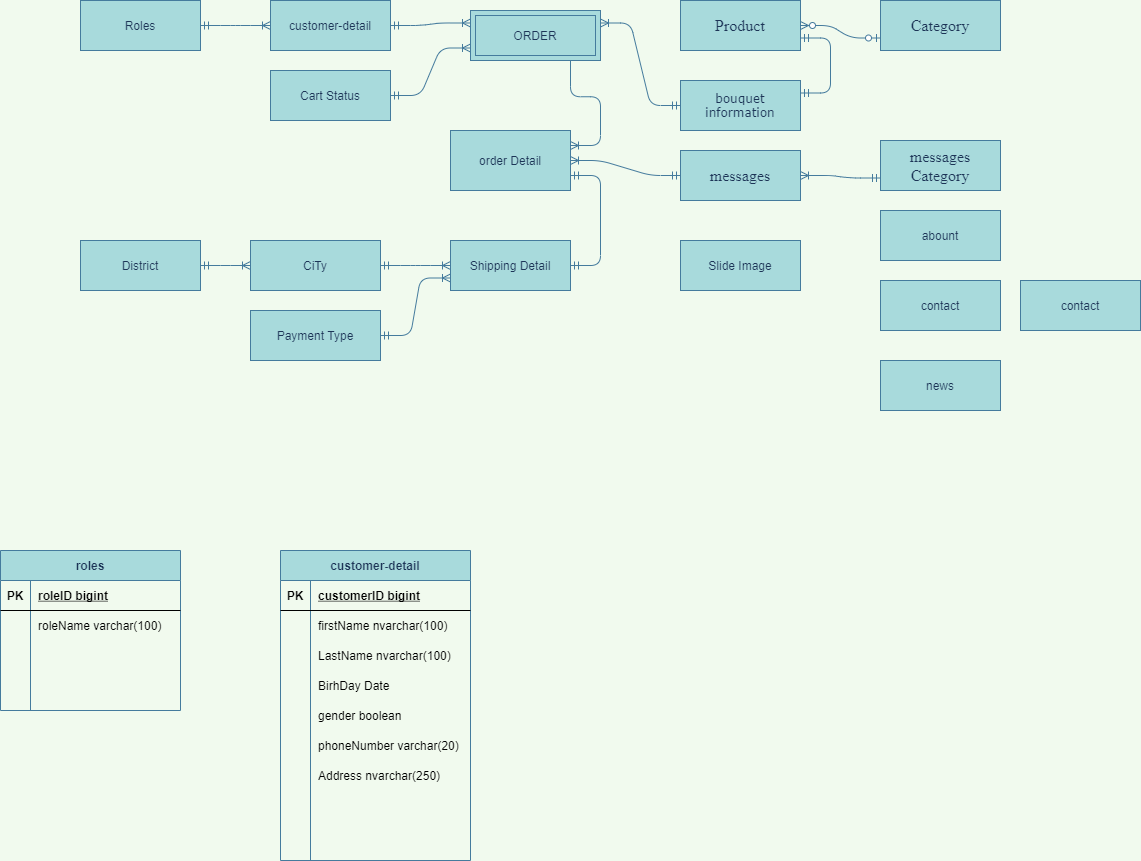
Above: Untitled Diagram.png in maialino123/Eproject-SEM3 (draw.io), before the change. Source tidied: cells renumbered, new cells last; positions are measured from the earlier drawing's top-left corner, leaving out a move shared by most shapes.
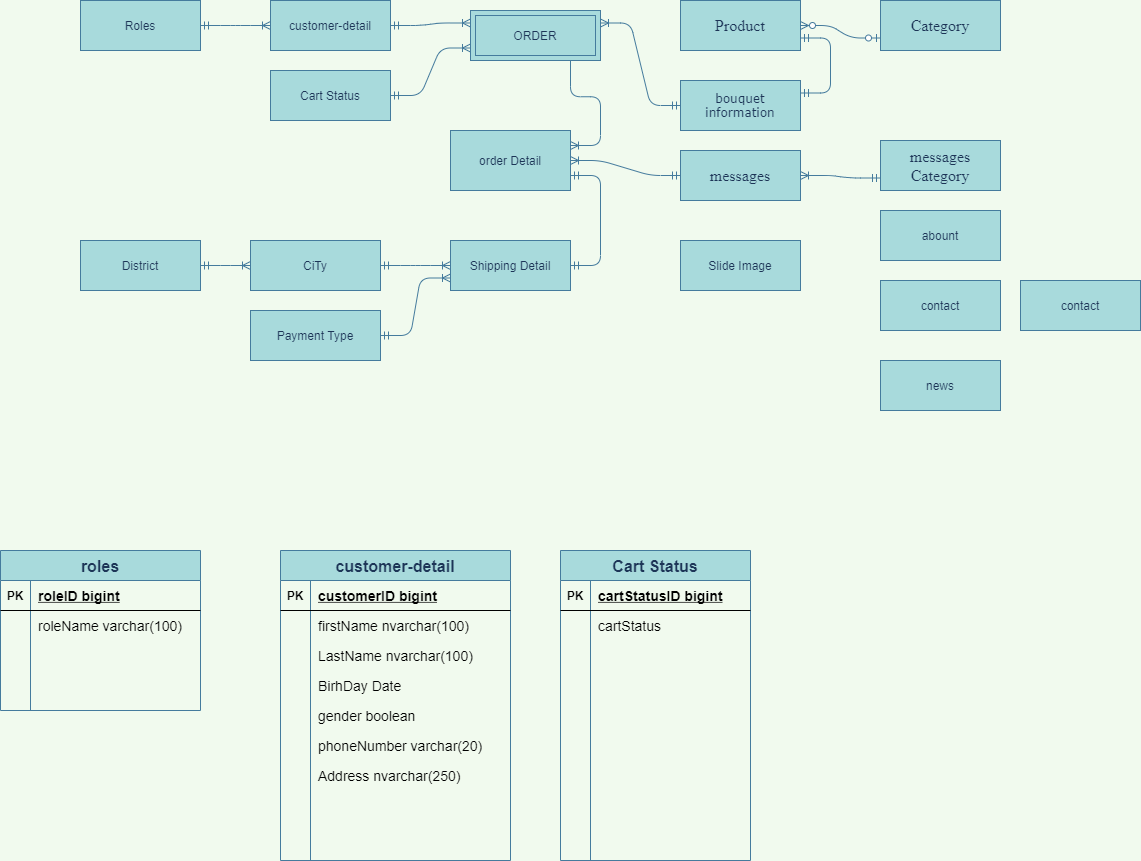
Later version of the same file.

Diff of the diagram source:
```diff
@@ -98,110 +98,176 @@
     <mxCell id="33" value="news" style="whiteSpace=wrap;html=1;align=center;rounded=0;sketch=0;fontColor=#1D3557;strokeColor=#457B9D;fillColor=#A8DADC;" parent="1" vertex="1">
       <mxGeometry x="880" y="360" width="120" height="50" as="geometry" />
     </mxCell>
-    <mxCell id="34" value="roles" style="shape=table;startSize=30;rowLines=0;fontStyle=1;align=center;rounded=0;sketch=0;fontColor=#1D3557;strokeColor=#457B9D;fillColor=#A8DADC;" parent="1" vertex="1">
-      <mxGeometry y="550" width="180" height="160" as="geometry" />
+    <mxCell id="34" value="roles" style="shape=table;startSize=30;rowLines=0;fontStyle=1;align=center;rounded=0;sketch=0;fontColor=#1D3557;strokeColor=#457B9D;fillColor=#A8DADC;fontSize=16;" parent="1" vertex="1">
+      <mxGeometry y="550" width="200" height="160" as="geometry" />
     </mxCell>
     <mxCell id="35" style="shape=partialRectangle;fillColor=none;top=0;left=0;bottom=1;right=0;" parent="34" vertex="1">
-      <mxGeometry y="30" width="180" height="30" as="geometry" />
+      <mxGeometry y="30" width="200" height="30" as="geometry" />
     </mxCell>
     <mxCell id="36" value="PK" style="shape=partialRectangle;fillColor=none;top=0;left=0;bottom=0;right=0;fontStyle=1;overflow=hidden;" parent="35" vertex="1">
       <mxGeometry width="30" height="30" as="geometry" />
     </mxCell>
-    <mxCell id="37" value="roleID bigint" style="shape=partialRectangle;fillColor=none;top=0;left=0;bottom=0;right=0;align=left;spacingLeft=6;fontStyle=5;overflow=hidden;" parent="35" vertex="1">
-      <mxGeometry x="30" width="150" height="30" as="geometry" />
+    <mxCell id="37" value="roleID bigint" style="shape=partialRectangle;fillColor=none;top=0;left=0;bottom=0;right=0;align=left;spacingLeft=6;fontStyle=5;overflow=hidden;fontSize=14;" parent="35" vertex="1">
+      <mxGeometry x="30" width="170" height="30" as="geometry" />
     </mxCell>
     <mxCell id="38" style="shape=partialRectangle;fillColor=none;top=0;left=0;bottom=0;right=0;" parent="34" vertex="1">
-      <mxGeometry y="60" width="180" height="30" as="geometry" />
+      <mxGeometry y="60" width="200" height="30" as="geometry" />
     </mxCell>
     <mxCell id="39" style="shape=partialRectangle;fillColor=none;top=0;left=0;bottom=0;right=0;overflow=hidden;" parent="38" vertex="1">
       <mxGeometry width="30" height="30" as="geometry" />
     </mxCell>
-    <mxCell id="40" value="roleName varchar(100)" style="shape=partialRectangle;fillColor=none;top=0;left=0;bottom=0;right=0;align=left;spacingLeft=6;overflow=hidden;" parent="38" vertex="1">
-      <mxGeometry x="30" width="150" height="30" as="geometry" />
+    <mxCell id="40" value="roleName varchar(100)" style="shape=partialRectangle;fillColor=none;top=0;left=0;bottom=0;right=0;align=left;spacingLeft=6;overflow=hidden;fontSize=14;" parent="38" vertex="1">
+      <mxGeometry x="30" width="170" height="30" as="geometry" />
     </mxCell>
     <mxCell id="41" style="shape=partialRectangle;fillColor=none;top=0;left=0;bottom=0;right=0;" parent="34" vertex="1">
-      <mxGeometry y="90" width="180" height="30" as="geometry" />
+      <mxGeometry y="90" width="200" height="30" as="geometry" />
     </mxCell>
     <mxCell id="42" style="shape=partialRectangle;fillColor=none;top=0;left=0;bottom=0;right=0;overflow=hidden;" parent="41" vertex="1">
       <mxGeometry width="30" height="30" as="geometry" />
     </mxCell>
     <mxCell id="43" style="shape=partialRectangle;fillColor=none;top=0;left=0;bottom=0;right=0;align=left;spacingLeft=6;overflow=hidden;" parent="41" vertex="1">
-      <mxGeometry x="30" width="150" height="30" as="geometry" />
+      <mxGeometry x="30" width="170" height="30" as="geometry" />
     </mxCell>
     <mxCell id="44" style="shape=partialRectangle;fillColor=none;top=0;left=0;bottom=0;right=0;" parent="34" vertex="1">
-      <mxGeometry y="120" width="180" height="30" as="geometry" />
+      <mxGeometry y="120" width="200" height="30" as="geometry" />
     </mxCell>
     <mxCell id="45" style="shape=partialRectangle;fillColor=none;top=0;left=0;bottom=0;right=0;overflow=hidden;" parent="44" vertex="1">
       <mxGeometry width="30" height="30" as="geometry" />
     </mxCell>
     <mxCell id="46" style="shape=partialRectangle;fillColor=none;top=0;left=0;bottom=0;right=0;align=left;spacingLeft=6;overflow=hidden;" parent="44" vertex="1">
-      <mxGeometry x="30" width="150" height="30" as="geometry" />
+      <mxGeometry x="30" width="170" height="30" as="geometry" />
     </mxCell>
-    <mxCell id="47" value="customer-detail" style="shape=table;startSize=30;rowLines=0;fontStyle=1;align=center;rounded=0;sketch=0;fontColor=#1D3557;strokeColor=#457B9D;fillColor=#A8DADC;" parent="1" vertex="1">
-      <mxGeometry x="280" y="550" width="190" height="310" as="geometry" />
+    <mxCell id="47" value="customer-detail" style="shape=table;startSize=30;rowLines=0;fontStyle=1;align=center;rounded=0;sketch=0;fontColor=#1D3557;strokeColor=#457B9D;fillColor=#A8DADC;fontSize=16;" parent="1" vertex="1">
+      <mxGeometry x="280" y="550" width="230" height="310" as="geometry" />
     </mxCell>
     <mxCell id="48" style="shape=partialRectangle;fillColor=none;top=0;left=0;bottom=1;right=0;" parent="47" vertex="1">
-      <mxGeometry y="30" width="190" height="30" as="geometry" />
+      <mxGeometry y="30" width="230" height="30" as="geometry" />
     </mxCell>
     <mxCell id="49" value="PK" style="shape=partialRectangle;fillColor=none;top=0;left=0;bottom=0;right=0;fontStyle=1;overflow=hidden;" parent="48" vertex="1">
       <mxGeometry width="30" height="30" as="geometry" />
     </mxCell>
-    <mxCell id="50" value="customerID bigint" style="shape=partialRectangle;fillColor=none;top=0;left=0;bottom=0;right=0;align=left;spacingLeft=6;fontStyle=5;overflow=hidden;" parent="48" vertex="1">
-      <mxGeometry x="30" width="160" height="30" as="geometry" />
+    <mxCell id="50" value="customerID bigint" style="shape=partialRectangle;fillColor=none;top=0;left=0;bottom=0;right=0;align=left;spacingLeft=6;fontStyle=5;overflow=hidden;fontSize=14;" parent="48" vertex="1">
+      <mxGeometry x="30" width="200" height="30" as="geometry" />
     </mxCell>
     <mxCell id="51" style="shape=partialRectangle;fillColor=none;top=0;left=0;bottom=0;right=0;" parent="47" vertex="1">
-      <mxGeometry y="60" width="190" height="30" as="geometry" />
+      <mxGeometry y="60" width="230" height="30" as="geometry" />
     </mxCell>
     <mxCell id="52" style="shape=partialRectangle;fillColor=none;top=0;left=0;bottom=0;right=0;overflow=hidden;" parent="51" vertex="1">
       <mxGeometry width="30" height="30" as="geometry" />
     </mxCell>
-    <mxCell id="53" value="firstName nvarchar(100)" style="shape=partialRectangle;fillColor=none;top=0;left=0;bottom=0;right=0;align=left;spacingLeft=6;overflow=hidden;" parent="51" vertex="1">
-      <mxGeometry x="30" width="160" height="30" as="geometry" />
+    <mxCell id="53" value="firstName nvarchar(100)" style="shape=partialRectangle;fillColor=none;top=0;left=0;bottom=0;right=0;align=left;spacingLeft=6;overflow=hidden;fontSize=14;" parent="51" vertex="1">
+      <mxGeometry x="30" width="200" height="30" as="geometry" />
     </mxCell>
     <mxCell id="54" style="shape=partialRectangle;fillColor=none;top=0;left=0;bottom=0;right=0;" parent="47" vertex="1">
-      <mxGeometry y="90" width="190" height="30" as="geometry" />
+      <mxGeometry y="90" width="230" height="30" as="geometry" />
     </mxCell>
     <mxCell id="55" style="shape=partialRectangle;fillColor=none;top=0;left=0;bottom=0;right=0;overflow=hidden;" parent="54" vertex="1">
       <mxGeometry width="30" height="30" as="geometry" />
     </mxCell>
-    <mxCell id="56" value="LastName nvarchar(100)" style="shape=partialRectangle;fillColor=none;top=0;left=0;bottom=0;right=0;align=left;spacingLeft=6;overflow=hidden;" parent="54" vertex="1">
-      <mxGeometry x="30" width="160" height="30" as="geometry" />
+    <mxCell id="56" value="LastName nvarchar(100)" style="shape=partialRectangle;fillColor=none;top=0;left=0;bottom=0;right=0;align=left;spacingLeft=6;overflow=hidden;fontSize=14;" parent="54" vertex="1">
+      <mxGeometry x="30" width="200" height="30" as="geometry" />
     </mxCell>
     <mxCell id="57" style="shape=partialRectangle;fillColor=none;top=0;left=0;bottom=0;right=0;" parent="47" vertex="1">
-      <mxGeometry y="120" width="190" height="30" as="geometry" />
+      <mxGeometry y="120" width="230" height="30" as="geometry" />
     </mxCell>
     <mxCell id="58" style="shape=partialRectangle;fillColor=none;top=0;left=0;bottom=0;right=0;overflow=hidden;" parent="57" vertex="1">
       <mxGeometry width="30" height="30" as="geometry" />
     </mxCell>
-    <mxCell id="59" value="BirhDay Date" style="shape=partialRectangle;fillColor=none;top=0;left=0;bottom=0;right=0;align=left;spacingLeft=6;overflow=hidden;" parent="57" vertex="1">
-      <mxGeometry x="30" width="160" height="30" as="geometry" />
+    <mxCell id="59" value="BirhDay Date" style="shape=partialRectangle;fillColor=none;top=0;left=0;bottom=0;right=0;align=left;spacingLeft=6;overflow=hidden;fontSize=14;" parent="57" vertex="1">
+      <mxGeometry x="30" width="200" height="30" as="geometry" />
     </mxCell>
     <mxCell id="60" style="shape=partialRectangle;fillColor=none;top=0;left=0;bottom=0;right=0;" parent="47" vertex="1">
-      <mxGeometry y="150" width="190" height="30" as="geometry" />
+      <mxGeometry y="150" width="230" height="30" as="geometry" />
     </mxCell>
     <mxCell id="61" style="shape=partialRectangle;fillColor=none;top=0;left=0;bottom=0;right=0;overflow=hidden;" parent="60" vertex="1">
       <mxGeometry width="30" height="30" as="geometry" />
     </mxCell>
-    <mxCell id="62" value="gender boolean" style="shape=partialRectangle;fillColor=none;top=0;left=0;bottom=0;right=0;align=left;spacingLeft=6;overflow=hidden;" parent="60" vertex="1">
-      <mxGeometry x="30" width="160" height="30" as="geometry" />
+    <mxCell id="62" value="gender boolean" style="shape=partialRectangle;fillColor=none;top=0;left=0;bottom=0;right=0;align=left;spacingLeft=6;overflow=hidden;fontSize=14;" parent="60" vertex="1">
+      <mxGeometry x="30" width="200" height="30" as="geometry" />
     </mxCell>
     <mxCell id="63" style="shape=partialRectangle;fillColor=none;top=0;left=0;bottom=0;right=0;" parent="47" vertex="1">
-      <mxGeometry y="180" width="190" height="30" as="geometry" />
+      <mxGeometry y="180" width="230" height="30" as="geometry" />
     </mxCell>
     <mxCell id="64" style="shape=partialRectangle;fillColor=none;top=0;left=0;bottom=0;right=0;overflow=hidden;" parent="63" vertex="1">
       <mxGeometry width="30" height="30" as="geometry" />
     </mxCell>
-    <mxCell id="65" value="phoneNumber varchar(20)" style="shape=partialRectangle;fillColor=none;top=0;left=0;bottom=0;right=0;align=left;spacingLeft=6;overflow=hidden;" parent="63" vertex="1">
-      <mxGeometry x="30" width="160" height="30" as="geometry" />
+    <mxCell id="65" value="phoneNumber varchar(20)" style="shape=partialRectangle;fillColor=none;top=0;left=0;bottom=0;right=0;align=left;spacingLeft=6;overflow=hidden;fontSize=14;" parent="63" vertex="1">
+      <mxGeometry x="30" width="200" height="30" as="geometry" />
     </mxCell>
     <mxCell id="66" style="shape=partialRectangle;fillColor=none;top=0;left=0;bottom=0;right=0;" parent="47" vertex="1">
-      <mxGeometry y="210" width="190" height="30" as="geometry" />
+      <mxGeometry y="210" width="230" height="30" as="geometry" />
     </mxCell>
     <mxCell id="67" style="shape=partialRectangle;fillColor=none;top=0;left=0;bottom=0;right=0;overflow=hidden;" parent="66" vertex="1">
       <mxGeometry width="30" height="30" as="geometry" />
     </mxCell>
-    <mxCell id="68" value="Address nvarchar(250)" style="shape=partialRectangle;fillColor=none;top=0;left=0;bottom=0;right=0;align=left;spacingLeft=6;overflow=hidden;" parent="66" vertex="1">
-      <mxGeometry x="30" width="160" height="30" as="geometry" />
+    <mxCell id="68" value="Address nvarchar(250)" style="shape=partialRectangle;fillColor=none;top=0;left=0;bottom=0;right=0;align=left;spacingLeft=6;overflow=hidden;fontSize=14;" parent="66" vertex="1">
+      <mxGeometry x="30" width="200" height="30" as="geometry" />
     </mxCell>
+    <mxCell id="69" value="Cart Status" style="shape=table;startSize=30;rowLines=0;fontStyle=1;align=center;rounded=0;sketch=0;fontColor=#1D3557;strokeColor=#457B9D;fillColor=#A8DADC;fontSize=16;" parent="1" vertex="1">
+      <mxGeometry x="560" y="550" width="190" height="310" as="geometry" />
+    </mxCell>
+    <mxCell id="70" style="shape=partialRectangle;fillColor=none;top=0;left=0;bottom=1;right=0;" parent="69" vertex="1">
+      <mxGeometry y="30" width="190" height="30" as="geometry" />
+    </mxCell>
+    <mxCell id="71" value="PK" style="shape=partialRectangle;fillColor=none;top=0;left=0;bottom=0;right=0;fontStyle=1;overflow=hidden;" parent="70" vertex="1">
+      <mxGeometry width="30" height="30" as="geometry" />
+    </mxCell>
+    <mxCell id="72" value="cartStatusID bigint" style="shape=partialRectangle;fillColor=none;top=0;left=0;bottom=0;right=0;align=left;spacingLeft=6;fontStyle=5;overflow=hidden;fontSize=14;" parent="70" vertex="1">
+      <mxGeometry x="30" width="160" height="30" as="geometry" />
+    </mxCell>
+    <mxCell id="73" style="shape=partialRectangle;fillColor=none;top=0;left=0;bottom=0;right=0;" parent="69" vertex="1">
+      <mxGeometry y="60" width="190" height="30" as="geometry" />
+    </mxCell>
+    <mxCell id="74" style="shape=partialRectangle;fillColor=none;top=0;left=0;bottom=0;right=0;overflow=hidden;" parent="73" vertex="1">
+      <mxGeometry width="30" height="30" as="geometry" />
+    </mxCell>
+    <mxCell id="75" value="cartStatus" style="shape=partialRectangle;fillColor=none;top=0;left=0;bottom=0;right=0;align=left;spacingLeft=6;overflow=hidden;fontSize=14;" parent="73" vertex="1">
+      <mxGeometry x="30" width="160" height="30" as="geometry" />
+    </mxCell>
+    <mxCell id="76" style="shape=partialRectangle;fillColor=none;top=0;left=0;bottom=0;right=0;" parent="69" vertex="1">
+      <mxGeometry y="90" width="190" height="30" as="geometry" />
+    </mxCell>
+    <mxCell id="77" style="shape=partialRectangle;fillColor=none;top=0;left=0;bottom=0;right=0;overflow=hidden;" parent="76" vertex="1">
+      <mxGeometry width="30" height="30" as="geometry" />
+    </mxCell>
+    <mxCell id="78" style="shape=partialRectangle;fillColor=none;top=0;left=0;bottom=0;right=0;align=left;spacingLeft=6;overflow=hidden;" parent="76" vertex="1">
+      <mxGeometry x="30" width="160" height="30" as="geometry" />
+    </mxCell>
+    <mxCell id="79" style="shape=partialRectangle;fillColor=none;top=0;left=0;bottom=0;right=0;" parent="69" vertex="1">
+      <mxGeometry y="120" width="190" height="30" as="geometry" />
+    </mxCell>
+    <mxCell id="80" style="shape=partialRectangle;fillColor=none;top=0;left=0;bottom=0;right=0;overflow=hidden;" parent="79" vertex="1">
+      <mxGeometry width="30" height="30" as="geometry" />
+    </mxCell>
+    <mxCell id="81" style="shape=partialRectangle;fillColor=none;top=0;left=0;bottom=0;right=0;align=left;spacingLeft=6;overflow=hidden;" parent="79" vertex="1">
+      <mxGeometry x="30" width="160" height="30" as="geometry" />
+    </mxCell>
+    <mxCell id="82" style="shape=partialRectangle;fillColor=none;top=0;left=0;bottom=0;right=0;" parent="69" vertex="1">
+      <mxGeometry y="150" width="190" height="30" as="geometry" />
+    </mxCell>
+    <mxCell id="83" style="shape=partialRectangle;fillColor=none;top=0;left=0;bottom=0;right=0;overflow=hidden;" parent="82" vertex="1">
+      <mxGeometry width="30" height="30" as="geometry" />
+    </mxCell>
+    <mxCell id="84" style="shape=partialRectangle;fillColor=none;top=0;left=0;bottom=0;right=0;align=left;spacingLeft=6;overflow=hidden;" parent="82" vertex="1">
+      <mxGeometry x="30" width="160" height="30" as="geometry" />
+    </mxCell>
+    <mxCell id="85" style="shape=partialRectangle;fillColor=none;top=0;left=0;bottom=0;right=0;" parent="69" vertex="1">
+      <mxGeometry y="180" width="190" height="30" as="geometry" />
+    </mxCell>
+    <mxCell id="86" style="shape=partialRectangle;fillColor=none;top=0;left=0;bottom=0;right=0;overflow=hidden;" parent="85" vertex="1">
+      <mxGeometry width="30" height="30" as="geometry" />
+    </mxCell>
+    <mxCell id="87" style="shape=partialRectangle;fillColor=none;top=0;left=0;bottom=0;right=0;align=left;spacingLeft=6;overflow=hidden;" parent="85" vertex="1">
+      <mxGeometry x="30" width="160" height="30" as="geometry" />
+    </mxCell>
+    <mxCell id="88" style="shape=partialRectangle;fillColor=none;top=0;left=0;bottom=0;right=0;" parent="69" vertex="1">
+      <mxGeometry y="210" width="190" height="30" as="geometry" />
+    </mxCell>
+    <mxCell id="89" style="shape=partialRectangle;fillColor=none;top=0;left=0;bottom=0;right=0;overflow=hidden;" parent="88" vertex="1">
+      <mxGeometry width="30" height="30" as="geometry" />
+    </mxCell>
+    <mxCell id="90" style="shape=partialRectangle;fillColor=none;top=0;left=0;bottom=0;right=0;align=left;spacingLeft=6;overflow=hidden;" parent="88" vertex="1">
+      <mxGeometry x="30" width="160" height="30" as="geometry" />
+    </mxCell>
   </root>
 </mxGraphModel>
```
